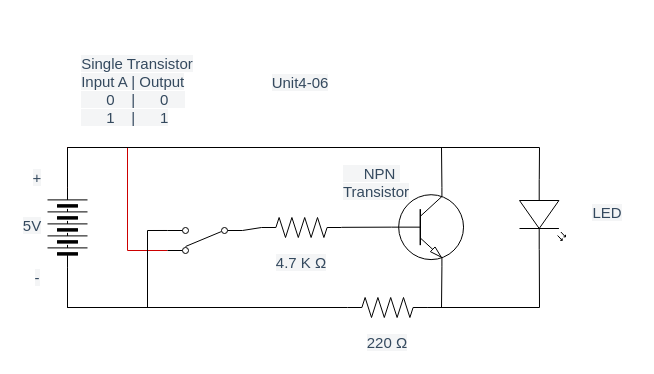
Before: Unit4-07.drawio in Igor-Zhelezniak-1/TEJ3M1-Unit4, a draw.io diagram. Source tidied: cells renumbered, new cells numbered last; positions are measured from the earlier drawing's top-left corner, leaving out a move shared by most shapes. Both pictures are drawn from the tidied source at 100%, with x=0, y=0 at pixel (17, 17).
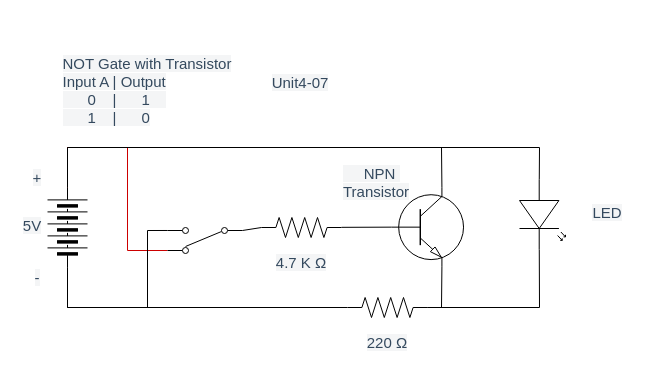
After the change.

What changed in the source:
```diff
@@
-    <mxCell id="14" value="&lt;div style=&quot;text-align: left&quot;&gt;&lt;span style=&quot;background-color: rgb(244 , 245 , 246) ; font-size: 15px ; color: rgb(52 , 73 , 94)&quot;&gt;Unit4-06&lt;/span&gt;&lt;/div&gt;" style="text;html=1;strokeColor=none;fillColor=none;align=center;verticalAlign=middle;whiteSpace=wrap;rounded=0;" parent="1" vertex="1">
+    <mxCell id="14" value="&lt;div style=&quot;text-align: left&quot;&gt;&lt;span style=&quot;background-color: rgb(244 , 245 , 246) ; font-size: 15px ; color: rgb(52 , 73 , 94)&quot;&gt;Unit4-07&lt;/span&gt;&lt;/div&gt;" style="text;html=1;strokeColor=none;fillColor=none;align=center;verticalAlign=middle;whiteSpace=wrap;rounded=0;" parent="1" vertex="1">
       <mxGeometry x="253" y="50" width="60" height="30" as="geometry" />
     </mxCell>
@@
-    <mxCell id="17" value="&lt;div style=&quot;text-align: left&quot;&gt;&lt;font color=&quot;#34495e&quot;&gt;&lt;span style=&quot;font-size: 15px ; background-color: rgb(244 , 245 , 246)&quot;&gt;Single Transistor&lt;/span&gt;&lt;/font&gt;&lt;/div&gt;&lt;div style=&quot;text-align: left&quot;&gt;&lt;font color=&quot;#34495e&quot;&gt;&lt;span style=&quot;font-size: 15px ; background-color: rgb(244 , 245 , 246)&quot;&gt;Input A | Output&lt;/span&gt;&lt;/font&gt;&lt;/div&gt;&lt;div style=&quot;text-align: left&quot;&gt;&lt;font color=&quot;#34495e&quot;&gt;&lt;span style=&quot;font-size: 15px ; background-color: rgb(244 , 245 , 246)&quot;&gt;&amp;nbsp; &amp;nbsp; &amp;nbsp; 0&amp;nbsp; &amp;nbsp; |&amp;nbsp; &amp;nbsp; &amp;nbsp; 0&amp;nbsp; &amp;nbsp;&amp;nbsp;&lt;/span&gt;&lt;/font&gt;&lt;/div&gt;&lt;div style=&quot;text-align: left&quot;&gt;&lt;font color=&quot;#34495e&quot;&gt;&lt;span style=&quot;font-size: 15px ; background-color: rgb(244 , 245 , 246)&quot;&gt;&amp;nbsp; &amp;nbsp; &amp;nbsp; 1&amp;nbsp; &amp;nbsp; |&amp;nbsp; &amp;nbsp; &amp;nbsp; 1&lt;/span&gt;&lt;/font&gt;&lt;/div&gt;" style="text;html=1;strokeColor=none;fillColor=none;align=center;verticalAlign=middle;whiteSpace=wrap;rounded=0;" parent="1" vertex="1">
-      <mxGeometry x="40" width="160" height="145" as="geometry" />
+    <mxCell id="17" value="&lt;div style=&quot;text-align: left&quot;&gt;&lt;font color=&quot;#34495e&quot;&gt;&lt;span style=&quot;font-size: 15px ; background-color: rgb(244 , 245 , 246)&quot;&gt;NOT Gate with Transistor&lt;/span&gt;&lt;/font&gt;&lt;/div&gt;&lt;div style=&quot;text-align: left&quot;&gt;&lt;font color=&quot;#34495e&quot;&gt;&lt;span style=&quot;font-size: 15px ; background-color: rgb(244 , 245 , 246)&quot;&gt;Input A | Output&lt;/span&gt;&lt;/font&gt;&lt;/div&gt;&lt;div style=&quot;text-align: left&quot;&gt;&lt;font color=&quot;#34495e&quot;&gt;&lt;span style=&quot;font-size: 15px ; background-color: rgb(244 , 245 , 246)&quot;&gt;&amp;nbsp; &amp;nbsp; &amp;nbsp; 0&amp;nbsp; &amp;nbsp; |&amp;nbsp; &amp;nbsp; &amp;nbsp; 1&amp;nbsp; &amp;nbsp;&amp;nbsp;&lt;/span&gt;&lt;/font&gt;&lt;/div&gt;&lt;div style=&quot;text-align: left&quot;&gt;&lt;font color=&quot;#34495e&quot;&gt;&lt;span style=&quot;font-size: 15px ; background-color: rgb(244 , 245 , 246)&quot;&gt;&amp;nbsp; &amp;nbsp; &amp;nbsp; 1&amp;nbsp; &amp;nbsp; |&amp;nbsp; &amp;nbsp; &amp;nbsp; 0&lt;/span&gt;&lt;/font&gt;&lt;/div&gt;" style="text;html=1;strokeColor=none;fillColor=none;align=center;verticalAlign=middle;whiteSpace=wrap;rounded=0;" parent="1" vertex="1">
+      <mxGeometry x="40" width="180" height="145" as="geometry" />
     </mxCell>
```
